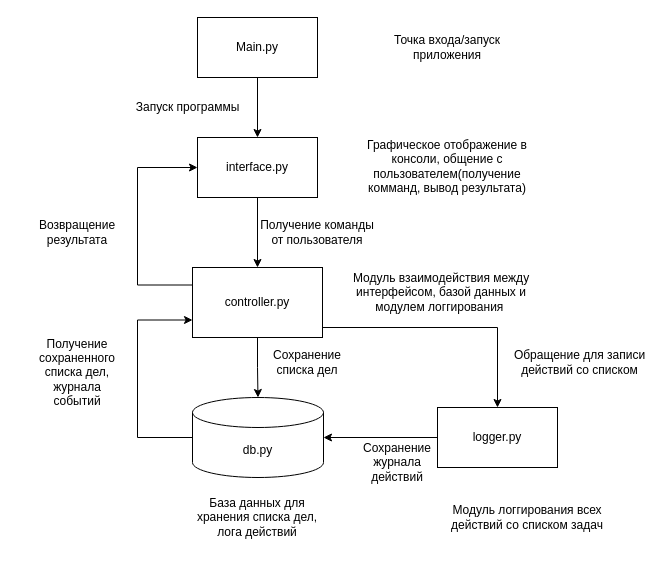
This is flowchart.drawio from makr0n/Python_Seminar_Lesson07_Teamwork, a draw.io file, before an edit. Source tidied: cells renumbered, new cells numbered last; positions are measured from the earlier drawing's top-left corner, leaving out a move shared by most shapes. Both pictures are drawn from the tidied source at 100%, with x=0, y=0 at pixel (17, 17).
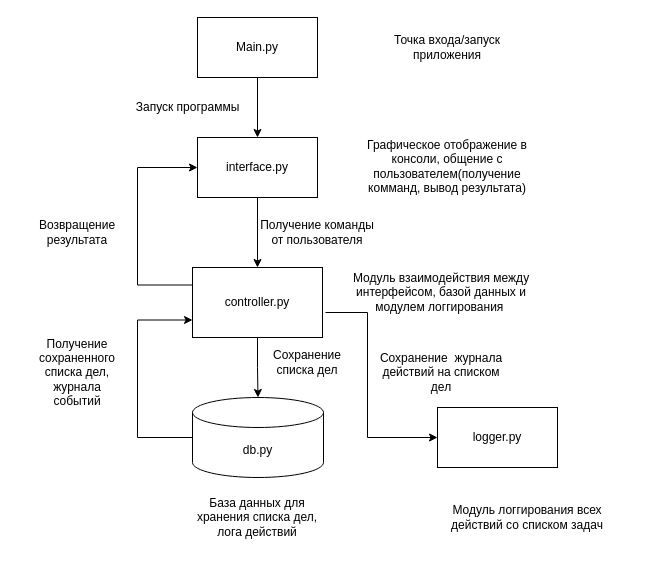
After the change.

Commit message:
Изменения логгера в блок-схеме

The change refers to these unchanged cells:
```xml
<mxCell id="5" value="controller.py" style="rounded=0;whiteSpace=wrap;html=1;" parent="1" vertex="1">
  <mxGeometry x="175" y="250" width="130" height="70" as="geometry" />
</mxCell>
<mxCell id="10" value="logger.py" style="rounded=0;whiteSpace=wrap;html=1;" parent="1" vertex="1">
  <mxGeometry x="420" y="390" width="120" height="60" as="geometry" />
</mxCell>
<mxCell id="20" value="db.py" style="shape=cylinder3;whiteSpace=wrap;html=1;boundedLbl=1;backgroundOutline=1;size=15;" parent="1" vertex="1">
  <mxGeometry x="175" y="380" width="131" height="80" as="geometry" />
</mxCell>
```

The edit, as a diff of the source:
```diff
@@
-    <mxCell id="4" style="edgeStyle=orthogonalEdgeStyle;rounded=0;jettySize=auto;html=1;exitX=1;exitY=0.75;exitDx=0;exitDy=0;entryX=0.5;entryY=0;entryDx=0;entryDy=0;" parent="1" edge="1" source="5" target="10">
-      <mxGeometry relative="1" as="geometry">
-        <Array as="points">
-          <mxPoint x="305" y="310" />
-          <mxPoint x="480" y="310" />
-        </Array>
-      </mxGeometry>
-    </mxCell>
@@
-    <mxCell id="9" style="edgeStyle=orthogonalEdgeStyle;rounded=0;jettySize=auto;html=1;entryX=1;entryY=0.5;entryDx=0;entryDy=0;entryPerimeter=0;" parent="1" edge="1" source="10" target="20">
-      <mxGeometry relative="1" as="geometry" />
-    </mxCell>
@@
-    <mxCell id="22" value="Обращение для записи действий со списком" style="text;html=1;strokeColor=none;fillColor=none;align=center;verticalAlign=middle;whiteSpace=wrap;rounded=0;" parent="1" vertex="1">
-      <mxGeometry x="495" y="330" width="135" height="30" as="geometry" />
-    </mxCell>
@@
-    <mxCell id="25" value="Сохранение журнала действий" style="text;html=1;strokeColor=none;fillColor=none;align=center;verticalAlign=middle;whiteSpace=wrap;rounded=0;" parent="1" vertex="1">
-      <mxGeometry x="340" y="430" width="80" height="30" as="geometry" />
+    <mxCell id="25" value="Сохранение&amp;nbsp; журнала действий на списком дел" style="text;html=1;strokeColor=none;fillColor=none;align=center;verticalAlign=middle;whiteSpace=wrap;rounded=0;" parent="1" vertex="1">
+      <mxGeometry x="359" y="340" width="130" height="30" as="geometry" />
     </mxCell>
+    <mxCell id="4" style="endArrow=classic;html=1;rounded=0;entryX=0;entryY=0.5;entryDx=0;entryDy=0;exitX=1.023;exitY=0.643;exitDx=0;exitDy=0;exitPerimeter=0;" parent="1" edge="1" source="5" target="10">
+      <mxGeometry relative="1" as="geometry">
+        <Array as="points">
+          <mxPoint x="350" y="295" />
+          <mxPoint x="350" y="420" />
+        </Array>
+      </mxGeometry>
+    </mxCell>
```
